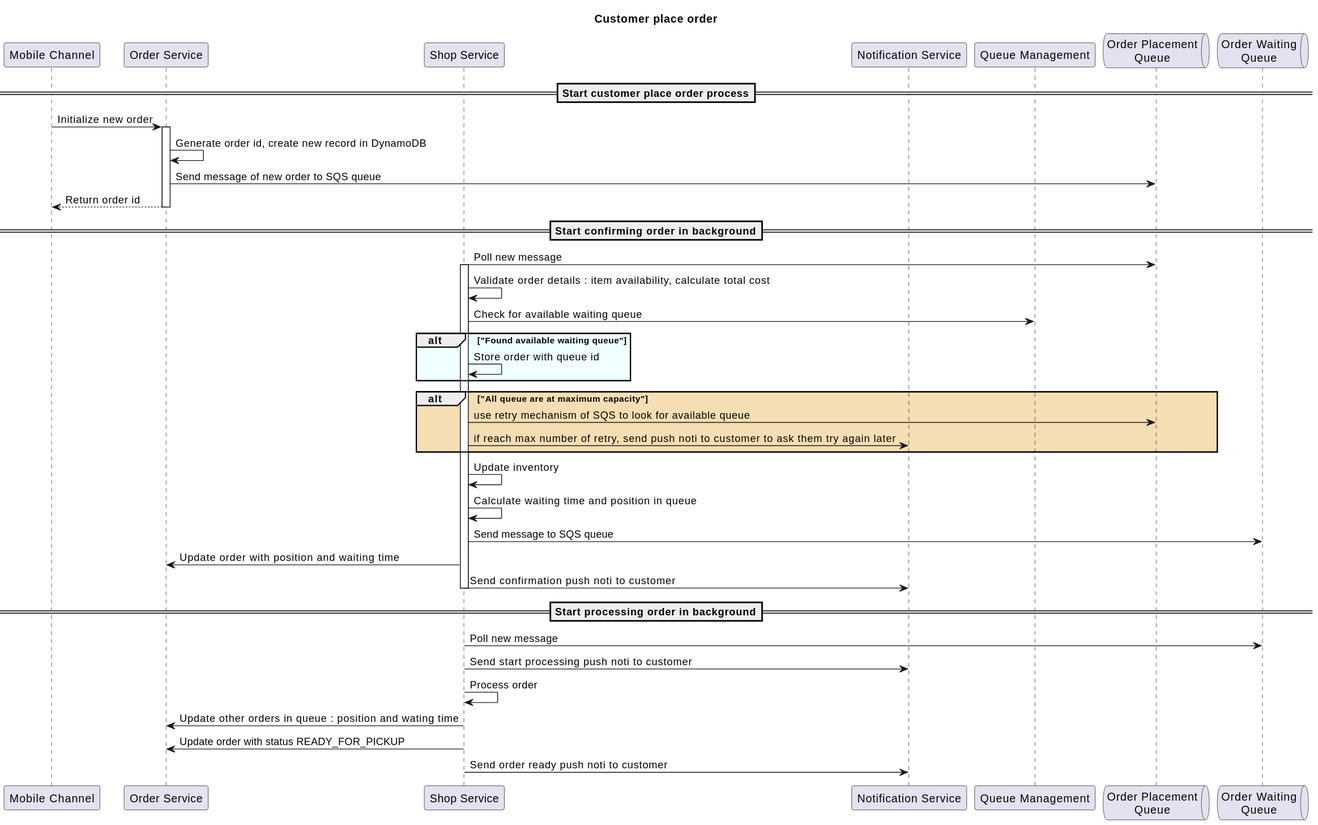
HoangMac/coffeeshop keeps this PlantUML diagram as process_flow.svg. Above is the earlier version.
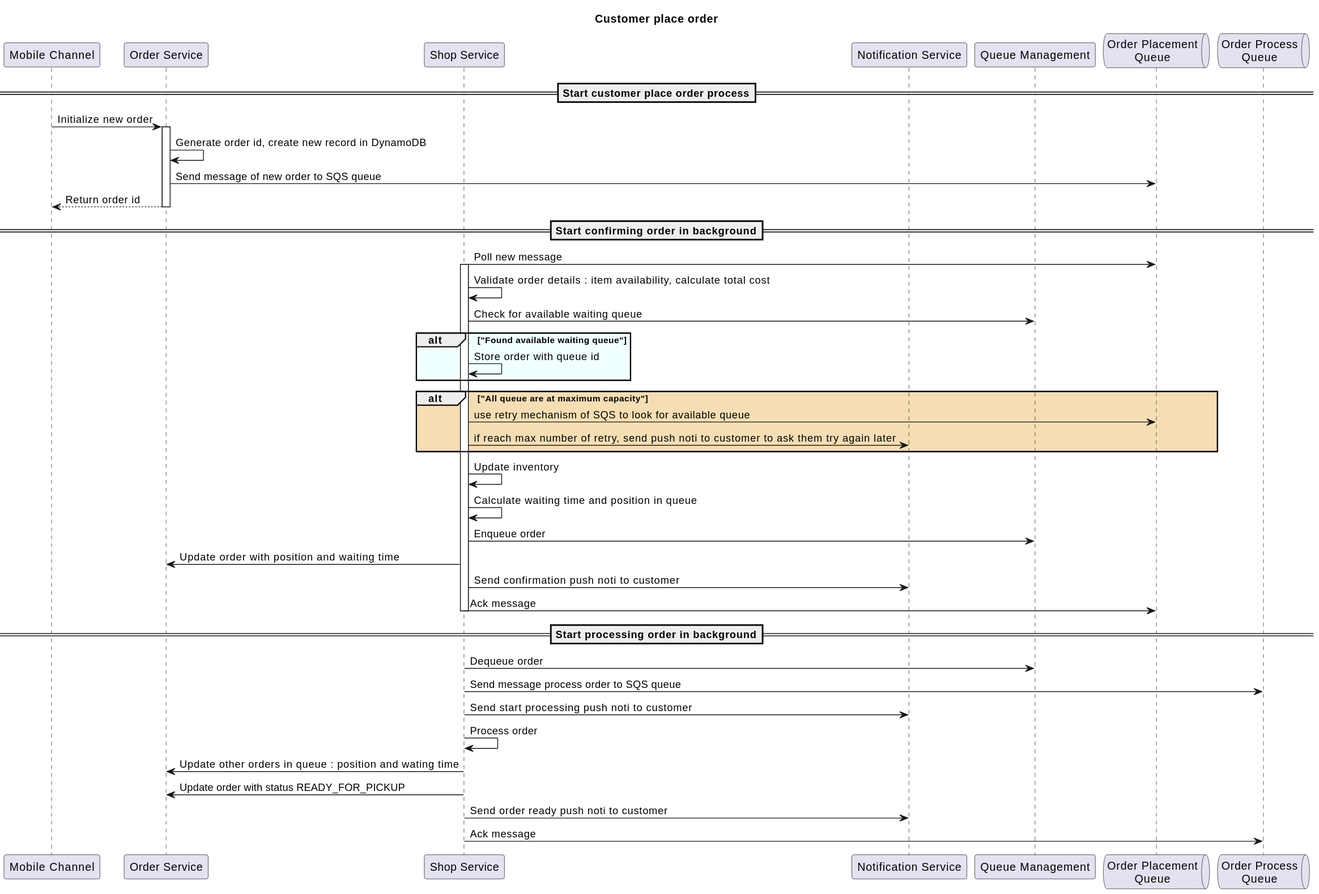
Later version of the same file.

Diff of the diagram source:
```diff
@@ -6,7 +6,7 @@
 participant NotificationService as "Notification Service"
 participant QueueManagement as "Queue Management"
 queue OrderPlacementQueue as "Order Placement\nQueue"
-queue OrderWaitingQueue as "Order Waiting\nQueue"
+queue OrderProcessQueue as "Order Process\nQueue"
 
 == Start customer place order process==
 Channel -> OrderService : Initialize new order
@@ -32,16 +32,19 @@
 
 ShopService -> ShopService : Update inventory
 ShopService -> ShopService : Calculate waiting time and position in queue
-ShopService -> OrderWaitingQueue : Send message to SQS queue
+ShopService -> QueueManagement : Enqueue order
 ShopService -> OrderService : Update order with position and waiting time
 ShopService -> NotificationService : Send confirmation push noti to customer
+ShopService -> OrderPlacementQueue : Ack message
 deactivate ShopService
 
 == Start processing order in background==
-ShopService -> OrderWaitingQueue : Poll new message
+ShopService -> QueueManagement : Dequeue order
+ShopService -> OrderProcessQueue : Send message process order to SQS queue
 ShopService -> NotificationService : Send start processing push noti to customer
 ShopService -> ShopService : Process order
 ShopService -> OrderService : Update other orders in queue : position and wating time
 ShopService -> OrderService : Update order with status READY_FOR_PICKUP
 ShopService -> NotificationService : Send order ready push noti to customer
+ShopService -> OrderProcessQueue : Ack message
 @enduml
```
